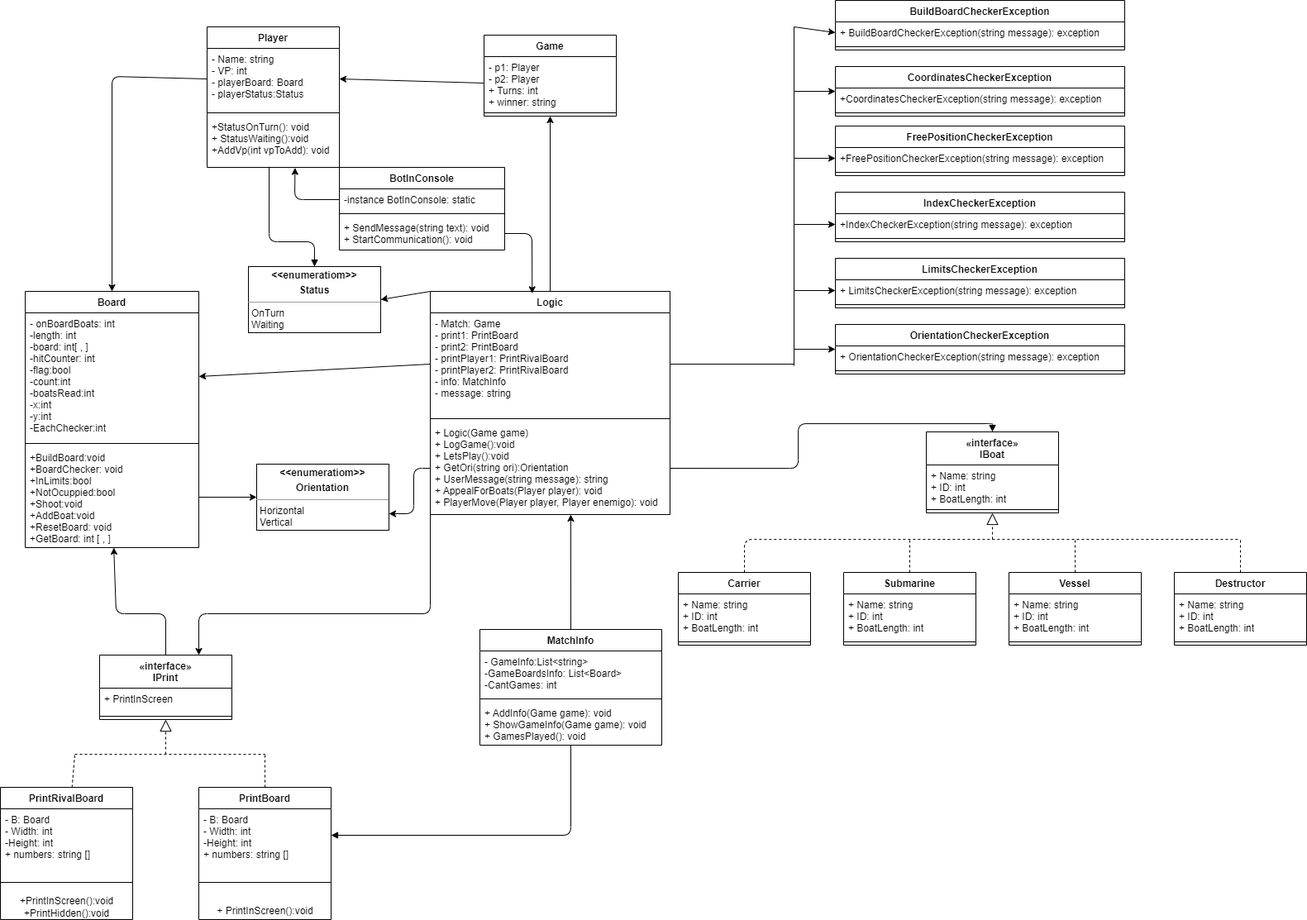
Before: Docs/UML2.drawio.png, a diagram exported from draw.io (FelipeET/JuegoNavalG5). Source tidied: cells renumbered, new cells last; positions are measured from the earlier drawing's top-left corner, leaving out a move shared by most shapes.
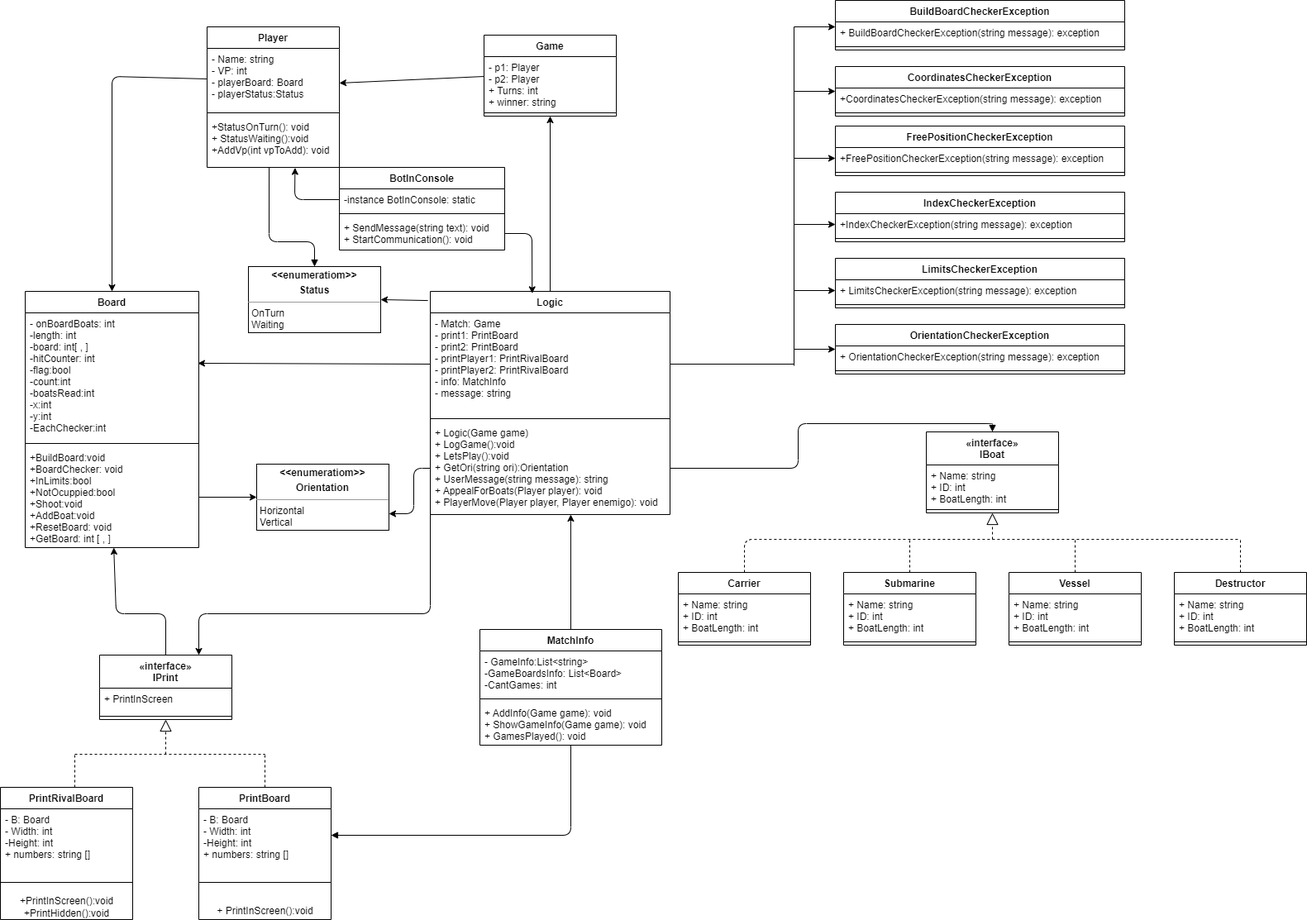
After the commit.

What changed in the source:
```diff
@@ -145,7 +145,7 @@
     <mxCell id="42" style="edgeStyle=none;html=1;exitX=0.5;exitY=0;exitDx=0;exitDy=0;entryX=0.5;entryY=1;entryDx=0;entryDy=0;" parent="1" edge="1" source="44" target="39">
       <mxGeometry relative="1" as="geometry" />
     </mxCell>
-    <mxCell id="43" style="edgeStyle=none;html=1;exitX=0;exitY=0;exitDx=0;exitDy=0;entryX=1;entryY=0.5;entryDx=0;entryDy=0;" parent="1" edge="1" source="44" target="58">
+    <mxCell id="43" style="edgeStyle=none;html=1;exitX=-0.01;exitY=0.041;exitDx=0;exitDy=0;entryX=1;entryY=0.5;entryDx=0;entryDy=0;exitPerimeter=0;" parent="1" edge="1" source="44" target="58">
       <mxGeometry relative="1" as="geometry" />
     </mxCell>
     <mxCell id="44" value="Logic" style="swimlane;fontStyle=1;align=center;verticalAlign=top;horizontal=1;startSize=26;" parent="1" vertex="1">
@@ -205,14 +205,17 @@
     <mxCell id="62" value="+StatusOnTurn(): void&#10;+ StatusWaiting():void&#10;+AddVp(int vpToAdd): void" style="text;strokeColor=none;fillColor=none;align=left;verticalAlign=top;spacingLeft=4;spacingRight=4;overflow=hidden;points=[[0,0.5],[1,0.5]];portConstraint=eastwest;" parent="59" vertex="1">
       <mxGeometry y="108" width="160" height="62" as="geometry" />
     </mxCell>
-    <mxCell id="63" style="edgeStyle=none;html=1;exitX=0;exitY=0.5;exitDx=0;exitDy=0;entryX=1;entryY=0.5;entryDx=0;entryDy=0;" parent="1" edge="1" source="45" target="36">
+    <mxCell id="63" style="edgeStyle=none;html=1;exitX=0;exitY=0.5;exitDx=0;exitDy=0;entryX=0.995;entryY=0.396;entryDx=0;entryDy=0;entryPerimeter=0;" parent="1" edge="1" source="45" target="36">
       <mxGeometry relative="1" as="geometry" />
     </mxCell>
     <mxCell id="64" style="endArrow=block;endFill=1;html=1;edgeStyle=orthogonalEdgeStyle;align=left;verticalAlign=top;exitX=1;exitY=0.5;exitDx=0;exitDy=0;entryX=0.5;entryY=0;entryDx=0;entryDy=0;" parent="1" edge="1" source="47" target="2">
       <mxGeometry x="-1" relative="1" as="geometry" />
     </mxCell>
-    <mxCell id="65" style="edgeStyle=none;html=1;exitX=0;exitY=0.5;exitDx=0;exitDy=0;entryX=1;entryY=0.5;entryDx=0;entryDy=0;" parent="1" edge="1" source="40" target="60">
-      <mxGeometry relative="1" as="geometry" />
+    <mxCell id="65" style="edgeStyle=none;html=1;" parent="1" edge="1">
+      <mxGeometry relative="1" as="geometry">
+        <mxPoint x="585" y="92" as="sourcePoint" />
+        <mxPoint x="410" y="100" as="targetPoint" />
+      </mxGeometry>
     </mxCell>
     <mxCell id="66" style="edgeStyle=none;html=1;exitX=0;exitY=0.5;exitDx=0;exitDy=0;entryX=0.5;entryY=0;entryDx=0;entryDy=0;" parent="1" edge="1" source="60" target="35">
       <mxGeometry relative="1" as="geometry">
@@ -229,8 +232,9 @@
         </Array>
       </mxGeometry>
     </mxCell>
-    <mxCell id="68" style="endArrow=none;dashed=1;html=1;" parent="1" edge="1" source="30">
+    <mxCell id="68" style="endArrow=none;dashed=1;html=1;" parent="1" edge="1">
       <mxGeometry relative="1" as="geometry">
+        <mxPoint x="90" y="952" as="sourcePoint" />
         <mxPoint x="90" y="912" as="targetPoint" />
       </mxGeometry>
     </mxCell>
@@ -350,9 +354,10 @@
         <mxPoint x="960" y="32" as="targetPoint" />
       </mxGeometry>
     </mxCell>
-    <mxCell id="97" style="endArrow=classic;html=1;entryX=0;entryY=0.5;entryDx=0;entryDy=0;" parent="1" edge="1" target="90">
+    <mxCell id="97" style="endArrow=classic;html=1;" parent="1" edge="1">
       <mxGeometry relative="1" as="geometry">
         <mxPoint x="960" y="32" as="sourcePoint" />
+        <mxPoint x="1010" y="32" as="targetPoint" />
       </mxGeometry>
     </mxCell>
     <mxCell id="98" style="endArrow=classic;html=1;entryX=0;entryY=0.5;entryDx=0;entryDy=0;" parent="1" edge="1" target="92">
```
